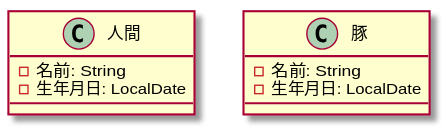
The PlantUML diagram test.svg in YamadaKyohei/plantuml-actions-test, before a commit.
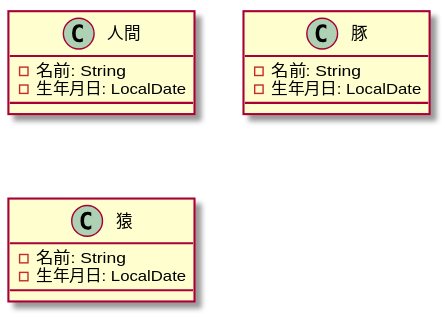
After the change.

Commit message:
Generate SVG and PNG images for PlantUML diagrams

The edit, as a diff of the source:
```diff
@@ -10,4 +10,9 @@
 	- 生年月日: LocalDate
 }
 
+class 猿 {
+	- 名前: String
+	- 生年月日: LocalDate
+}
+
 @enduml
```
